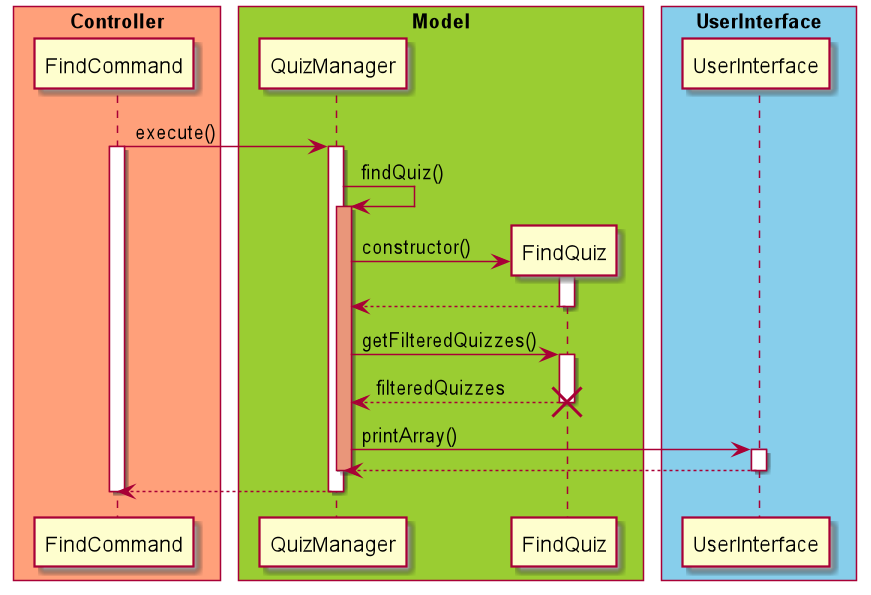
Above: docs/diagram/FindQuiz.png in untitle4/tp (PlantUML), before the change.
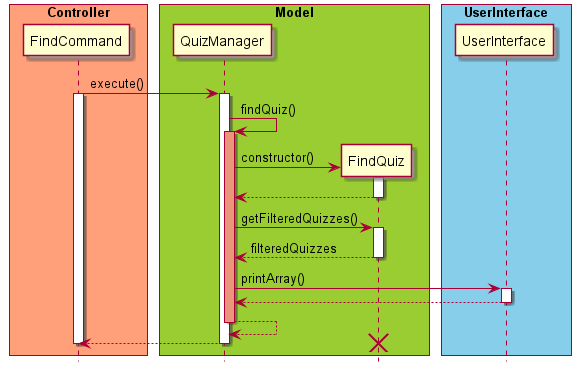
After the change.

What changed in the source:
```diff
@@ -2,6 +2,7 @@
 
 skinparam ParticipantPadding 10
 skinparam BoxPadding 5
+hide footbox
 
 box "Controller" #LightSalmon
 participant FindCommand
@@ -29,14 +30,15 @@
 activate FindQuiz
 FindQuiz --> QuizManager : filteredQuizzes
 deactivate FindQuiz
-destroy FindQuiz
 QuizManager -> UserInterface : printArray()
 activate UserInterface
 UserInterface --> QuizManager
 deactivate UserInterface
+QuizManager --> QuizManager
 deactivate QuizManager
 QuizManager --> FindCommand
 deactivate QuizManager
 deactivate FindCommand
+destroy FindQuiz
 
 @enduml
```
